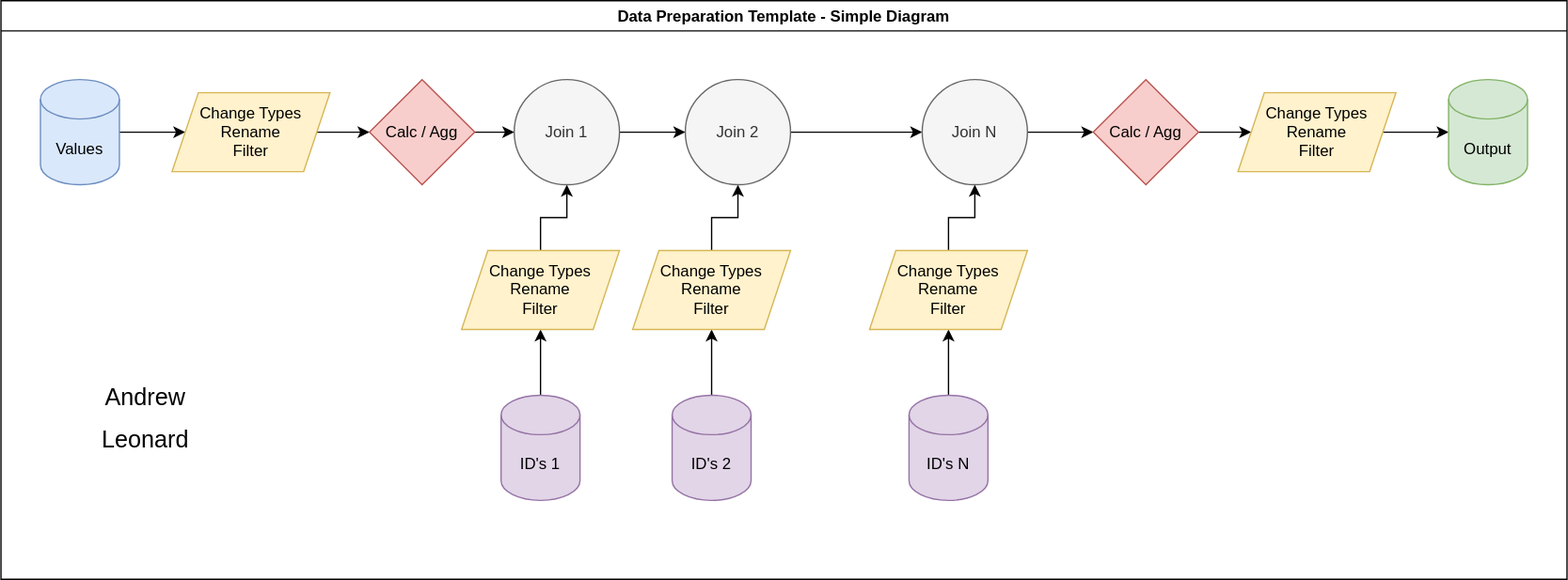
Earlier version of the draw.io export Img/Data-Prep-Operations-Template-Simple Diagram.drawio.svg (andrew-j-leonard/andrew-j-leonard.github.io). Source tidied: cells renumbered, new cells last; positions are measured from the earlier drawing's top-left corner, leaving out a move shared by most shapes.
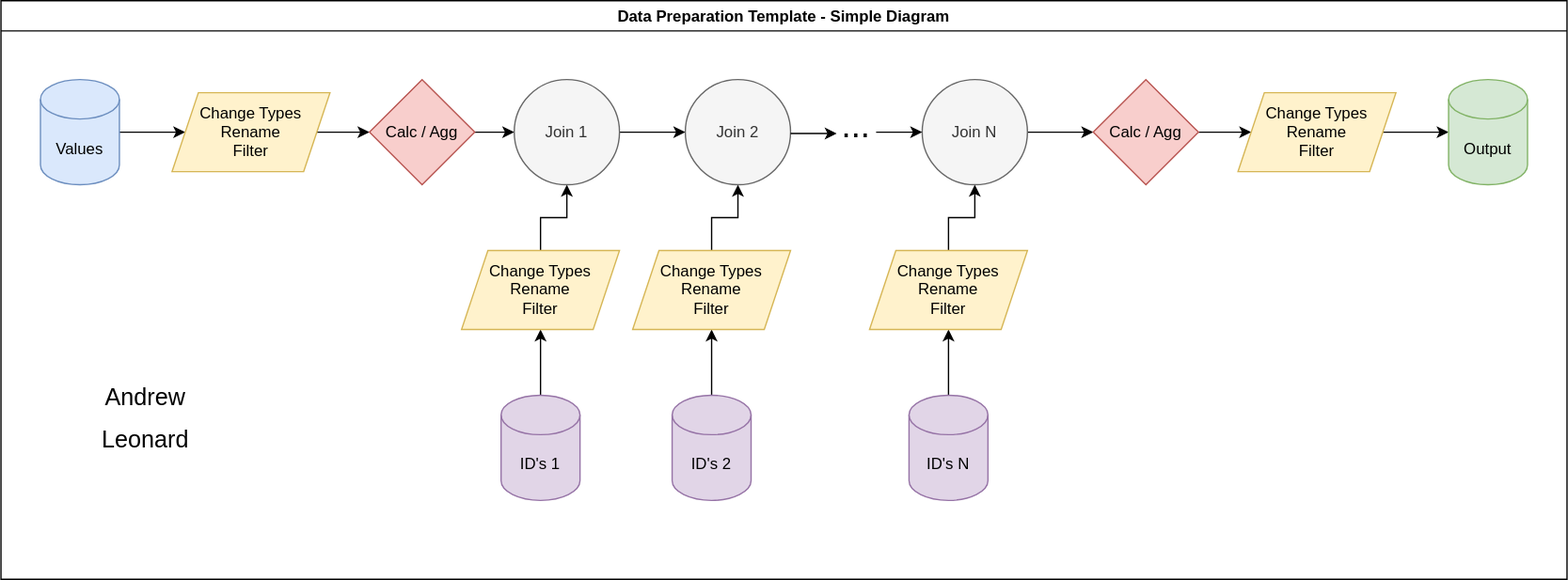
Later version of the same file.

Commit message:
Added diagrams for ETL and data prep.

The edit, as a diff of the source:
```diff
@@ -53,9 +53,6 @@
     <mxCell id="18" value="Change Types&lt;br&gt;Rename&lt;br&gt;Filter" style="shape=parallelogram;perimeter=parallelogramPerimeter;whiteSpace=wrap;html=1;fixedSize=1;fillColor=#fff2cc;strokeColor=#d6b656;" parent="2" vertex="1">
       <mxGeometry x="480" y="190" width="120" height="60" as="geometry" />
     </mxCell>
-    <mxCell id="19" style="edgeStyle=orthogonalEdgeStyle;rounded=0;jettySize=auto;html=1;" parent="2" edge="1" source="20" target="26">
-      <mxGeometry relative="1" as="geometry" />
-    </mxCell>
     <mxCell id="20" value="Join 2" style="ellipse;whiteSpace=wrap;html=1;fillColor=#f5f5f5;strokeColor=#666666;fontColor=#333333;" parent="2" vertex="1">
       <mxGeometry x="520" y="60" width="80" height="80" as="geometry" />
     </mxCell>
@@ -95,5 +92,20 @@
     <mxCell id="32" value="&lt;font style=&quot;font-size: 18px&quot;&gt;Andrew Leonard&lt;/font&gt;" style="text;html=1;strokeColor=none;fillColor=none;align=center;verticalAlign=middle;whiteSpace=wrap;rounded=0;fontSize=26;" parent="2" vertex="1">
       <mxGeometry x="80" y="300" width="60" height="30" as="geometry" />
     </mxCell>
+    <mxCell id="33" style="edgeStyle=orthogonalEdgeStyle;rounded=0;orthogonalLoop=1;jettySize=auto;html=1;" parent="2" edge="1">
+      <mxGeometry relative="1" as="geometry">
+        <mxPoint x="600" y="101" as="sourcePoint" />
+        <mxPoint x="635" y="101" as="targetPoint" />
+      </mxGeometry>
+    </mxCell>
+    <mxCell id="34" value="..." style="text;html=1;strokeColor=none;fillColor=none;align=center;verticalAlign=middle;whiteSpace=wrap;rounded=0;fontSize=26;" parent="2" vertex="1">
+      <mxGeometry x="620" y="80" width="60" height="30" as="geometry" />
+    </mxCell>
+    <mxCell id="35" style="edgeStyle=orthogonalEdgeStyle;rounded=0;orthogonalLoop=1;jettySize=auto;html=1;" parent="2" edge="1">
+      <mxGeometry relative="1" as="geometry">
+        <mxPoint x="665" y="100" as="sourcePoint" />
+        <mxPoint x="700" y="100" as="targetPoint" />
+      </mxGeometry>
+    </mxCell>
   </root>
 </mxGraphModel>
```
